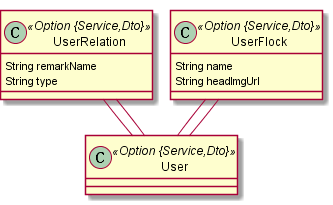
dongyanghe/eikesi keeps this PlantUML diagram as docs/jdl/customer.png. Above is the earlier version.
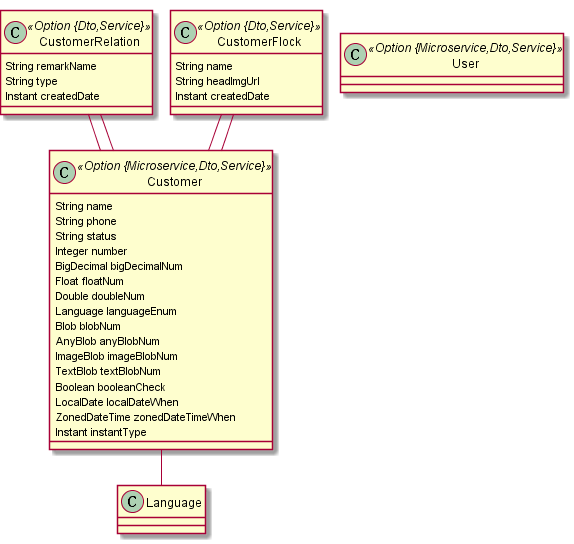
The same diagram one commit later.

What changed in the source:
```diff
@@ -1,18 +1,39 @@
 @startuml
 	!pragma graphviz_dot jdot
 	!pragma syntax class
-	class UserRelation <<Option {Service,Dto}>> {
+	class CustomerRelation <<Option {Dto,Service}>> {
 		String remarkName
 		String type
+		Instant createdDate
 	}
-	class UserFlock <<Option {Service,Dto}>> {
+	class CustomerFlock <<Option {Dto,Service}>> {
 		String name
 		String headImgUrl
+		Instant createdDate
 	}
-	UserRelation  "user(firstName) 0..1 " -- "userRelation(remarkName) 0..1 "  User
-	UserFlock  "user(firstName) 0..1 " -- "userFlock(name) 0..1 "  User
-	User  "userRelation(remarkName) 0..1 " --o "user(firstName) 0..* "  UserRelation
-	UserFlock  "user(firstName) 0..1 " --o "userFlock(name) 0..* "  User
-	class User <<Option {Service,Dto}>> {
+	class Customer <<Option {Microservice,Dto,Service}>> {
+		String name
+		String phone
+		String status
+		Integer number
+		BigDecimal bigDecimalNum
+		Float floatNum
+		Double doubleNum
+		Language languageEnum
+		Blob blobNum
+		AnyBlob anyBlobNum
+		ImageBlob imageBlobNum
+		TextBlob textBlobNum
+		Boolean booleanCheck
+		LocalDate localDateWhen
+		ZonedDateTime zonedDateTimeWhen
+		Instant instantType
+	}
+	Customer ..> Language
+	CustomerRelation  "customer(firstName) 0..1 " -- "customerRelation(remarkName) 0..1 "  Customer
+	CustomerFlock  "customer(firstName) 0..1 " -- "customerFlock(name) 0..1 "  Customer
+	Customer  "customerRelation(remarkName) 0..1 " --o "customer(firstName) 0..* "  CustomerRelation
+	CustomerFlock  "customer(firstName) 0..1 " --o "customerFlock(name) 0..* "  Customer
+	class User <<Option {Microservice,Dto,Service}>> {
 	}
 @enduml
```
